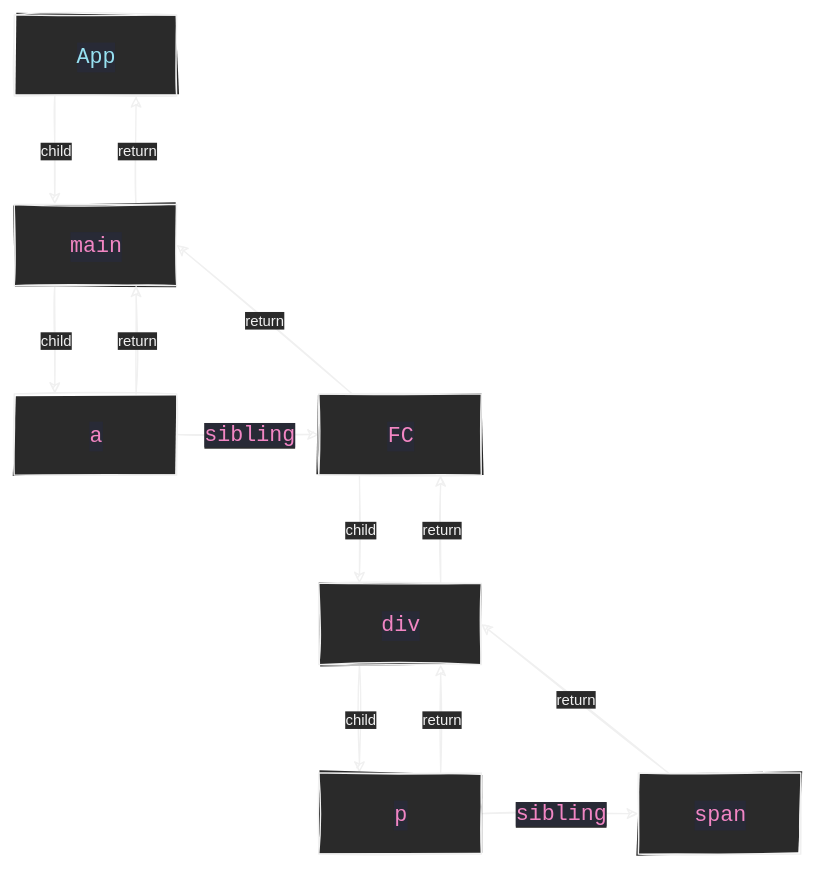
sunven/obsidian-vault keeps this draw.io diagram as react/fiber.svg. Above is the earlier version. Source tidied: cells renumbered, new cells last; positions are measured from the earlier drawing's top-left corner, leaving out a move shared by most shapes. Its diagram source:
```xml
<mxGraphModel>
  <root>
    <mxCell id="0" />
    <mxCell id="1" parent="0" />
    <mxCell id="2" value="child" style="edgeStyle=none;html=1;entryX=0.25;entryY=0;entryDx=0;entryDy=0;exitX=0.25;exitY=1;exitDx=0;exitDy=0;" parent="1" edge="1" source="3" target="6">
      <mxGeometry relative="1" as="geometry" />
    </mxCell>
    <mxCell id="3" value="&lt;div style=&quot;color: rgb(246 , 246 , 244) ; background-color: rgb(40 , 42 , 54) ; font-family: &amp;#34;meslolgs nf&amp;#34; , &amp;#34;consolas&amp;#34; , monospace , &amp;#34;consolas&amp;#34; , &amp;#34;courier new&amp;#34; , monospace ; font-size: 16px ; line-height: 22px&quot;&gt;&lt;span style=&quot;color: #97e1f1&quot;&gt;App&lt;/span&gt;&lt;/div&gt;" style="rounded=0;whiteSpace=wrap;html=1;" parent="1" vertex="1">
      <mxGeometry width="120" height="60" as="geometry" />
    </mxCell>
    <mxCell id="4" value="return" style="edgeStyle=none;html=1;exitX=0.75;exitY=0;exitDx=0;exitDy=0;entryX=0.75;entryY=1;entryDx=0;entryDy=0;" parent="1" edge="1" source="6" target="3">
      <mxGeometry relative="1" as="geometry" />
    </mxCell>
    <mxCell id="5" value="child" style="edgeStyle=none;html=1;exitX=0.25;exitY=1;exitDx=0;exitDy=0;entryX=0.25;entryY=0;entryDx=0;entryDy=0;" parent="1" edge="1" source="6" target="9">
      <mxGeometry relative="1" as="geometry" />
    </mxCell>
    <mxCell id="6" value="&lt;div style=&quot;color: rgb(246 , 246 , 244) ; background-color: rgb(40 , 42 , 54) ; font-family: &amp;#34;meslolgs nf&amp;#34; , &amp;#34;consolas&amp;#34; , monospace , &amp;#34;consolas&amp;#34; , &amp;#34;courier new&amp;#34; , monospace ; font-size: 16px ; line-height: 22px&quot;&gt;&lt;div style=&quot;font-family: &amp;#34;meslolgs nf&amp;#34; , &amp;#34;consolas&amp;#34; , monospace , &amp;#34;consolas&amp;#34; , &amp;#34;courier new&amp;#34; , monospace ; line-height: 22px&quot;&gt;&lt;span style=&quot;color: #f286c4&quot;&gt;main&lt;/span&gt;&lt;/div&gt;&lt;/div&gt;" style="rounded=0;whiteSpace=wrap;html=1;" parent="1" vertex="1">
      <mxGeometry y="140" width="120" height="60" as="geometry" />
    </mxCell>
    <mxCell id="7" value="return" style="edgeStyle=none;html=1;exitX=0.75;exitY=0;exitDx=0;exitDy=0;entryX=0.75;entryY=1;entryDx=0;entryDy=0;" parent="1" edge="1" source="9" target="6">
      <mxGeometry relative="1" as="geometry" />
    </mxCell>
    <mxCell id="8" value="&lt;span style=&quot;color: rgb(242 , 134 , 196) ; font-family: &amp;#34;meslolgs nf&amp;#34; , &amp;#34;consolas&amp;#34; , monospace , &amp;#34;consolas&amp;#34; , &amp;#34;courier new&amp;#34; , monospace ; font-size: 16px ; background-color: rgb(40 , 42 , 54)&quot;&gt;sibling&lt;/span&gt;" style="edgeStyle=none;html=1;" parent="1" edge="1" source="9" target="12">
      <mxGeometry relative="1" as="geometry" />
    </mxCell>
    <mxCell id="9" value="&lt;div style=&quot;color: rgb(246 , 246 , 244) ; background-color: rgb(40 , 42 , 54) ; font-family: &amp;#34;meslolgs nf&amp;#34; , &amp;#34;consolas&amp;#34; , monospace , &amp;#34;consolas&amp;#34; , &amp;#34;courier new&amp;#34; , monospace ; font-size: 16px ; line-height: 22px&quot;&gt;&lt;div style=&quot;font-family: &amp;#34;meslolgs nf&amp;#34; , &amp;#34;consolas&amp;#34; , monospace , &amp;#34;consolas&amp;#34; , &amp;#34;courier new&amp;#34; , monospace ; line-height: 22px&quot;&gt;&lt;span style=&quot;color: #f286c4&quot;&gt;a&lt;/span&gt;&lt;/div&gt;&lt;/div&gt;" style="rounded=0;whiteSpace=wrap;html=1;" parent="1" vertex="1">
      <mxGeometry y="280" width="120" height="60" as="geometry" />
    </mxCell>
    <mxCell id="10" value="return" style="edgeStyle=none;html=1;entryX=1;entryY=0.5;entryDx=0;entryDy=0;" parent="1" edge="1" source="12" target="6">
      <mxGeometry relative="1" as="geometry" />
    </mxCell>
    <mxCell id="11" value="child" style="edgeStyle=none;html=1;exitX=0.25;exitY=1;exitDx=0;exitDy=0;entryX=0.25;entryY=0;entryDx=0;entryDy=0;" parent="1" edge="1" source="12" target="15">
      <mxGeometry relative="1" as="geometry" />
    </mxCell>
    <mxCell id="12" value="&lt;div style=&quot;color: rgb(246 , 246 , 244) ; background-color: rgb(40 , 42 , 54) ; font-family: &amp;#34;meslolgs nf&amp;#34; , &amp;#34;consolas&amp;#34; , monospace , &amp;#34;consolas&amp;#34; , &amp;#34;courier new&amp;#34; , monospace ; font-size: 16px ; line-height: 22px&quot;&gt;&lt;div style=&quot;font-family: &amp;#34;meslolgs nf&amp;#34; , &amp;#34;consolas&amp;#34; , monospace , &amp;#34;consolas&amp;#34; , &amp;#34;courier new&amp;#34; , monospace ; line-height: 22px&quot;&gt;&lt;span style=&quot;color: #f286c4&quot;&gt;FC&lt;/span&gt;&lt;/div&gt;&lt;/div&gt;" style="rounded=0;whiteSpace=wrap;html=1;" parent="1" vertex="1">
      <mxGeometry x="225" y="280" width="120" height="60" as="geometry" />
    </mxCell>
    <mxCell id="13" value="return" style="edgeStyle=none;html=1;exitX=0.75;exitY=0;exitDx=0;exitDy=0;entryX=0.75;entryY=1;entryDx=0;entryDy=0;" parent="1" edge="1" source="15" target="12">
      <mxGeometry relative="1" as="geometry" />
    </mxCell>
    <mxCell id="14" value="child" style="edgeStyle=none;html=1;exitX=0.25;exitY=1;exitDx=0;exitDy=0;entryX=0.25;entryY=0;entryDx=0;entryDy=0;" parent="1" edge="1" source="15" target="18">
      <mxGeometry relative="1" as="geometry" />
    </mxCell>
    <mxCell id="15" value="&lt;div style=&quot;color: rgb(246 , 246 , 244) ; background-color: rgb(40 , 42 , 54) ; font-family: &amp;#34;meslolgs nf&amp;#34; , &amp;#34;consolas&amp;#34; , monospace , &amp;#34;consolas&amp;#34; , &amp;#34;courier new&amp;#34; , monospace ; font-size: 16px ; line-height: 22px&quot;&gt;&lt;div style=&quot;font-family: &amp;#34;meslolgs nf&amp;#34; , &amp;#34;consolas&amp;#34; , monospace , &amp;#34;consolas&amp;#34; , &amp;#34;courier new&amp;#34; , monospace ; line-height: 22px&quot;&gt;&lt;span style=&quot;color: #f286c4&quot;&gt;div&lt;/span&gt;&lt;/div&gt;&lt;/div&gt;" style="rounded=0;whiteSpace=wrap;html=1;" parent="1" vertex="1">
      <mxGeometry x="225" y="420" width="120" height="60" as="geometry" />
    </mxCell>
    <mxCell id="16" value="return" style="edgeStyle=none;html=1;exitX=0.75;exitY=0;exitDx=0;exitDy=0;entryX=0.75;entryY=1;entryDx=0;entryDy=0;" parent="1" edge="1" source="18" target="15">
      <mxGeometry relative="1" as="geometry" />
    </mxCell>
    <mxCell id="17" value="&lt;span style=&quot;color: rgb(242 , 134 , 196) ; font-family: &amp;#34;meslolgs nf&amp;#34; , &amp;#34;consolas&amp;#34; , monospace , &amp;#34;consolas&amp;#34; , &amp;#34;courier new&amp;#34; , monospace ; font-size: 16px ; background-color: rgb(40 , 42 , 54)&quot;&gt;sibling&lt;/span&gt;" style="edgeStyle=none;html=1;" parent="1" edge="1" source="18" target="20">
      <mxGeometry relative="1" as="geometry" />
    </mxCell>
    <mxCell id="18" value="&lt;div style=&quot;color: rgb(246 , 246 , 244) ; background-color: rgb(40 , 42 , 54) ; font-family: &amp;#34;meslolgs nf&amp;#34; , &amp;#34;consolas&amp;#34; , monospace , &amp;#34;consolas&amp;#34; , &amp;#34;courier new&amp;#34; , monospace ; font-size: 16px ; line-height: 22px&quot;&gt;&lt;div style=&quot;font-family: &amp;#34;meslolgs nf&amp;#34; , &amp;#34;consolas&amp;#34; , monospace , &amp;#34;consolas&amp;#34; , &amp;#34;courier new&amp;#34; , monospace ; line-height: 22px&quot;&gt;&lt;span style=&quot;color: #f286c4&quot;&gt;p&lt;/span&gt;&lt;/div&gt;&lt;/div&gt;" style="rounded=0;whiteSpace=wrap;html=1;" parent="1" vertex="1">
      <mxGeometry x="225" y="560" width="120" height="60" as="geometry" />
    </mxCell>
    <mxCell id="19" value="return" style="edgeStyle=none;html=1;entryX=1;entryY=0.5;entryDx=0;entryDy=0;" parent="1" edge="1" source="20" target="15">
      <mxGeometry relative="1" as="geometry" />
    </mxCell>
    <mxCell id="20" value="&lt;div style=&quot;color: rgb(246 , 246 , 244) ; background-color: rgb(40 , 42 , 54) ; font-family: &amp;#34;meslolgs nf&amp;#34; , &amp;#34;consolas&amp;#34; , monospace , &amp;#34;consolas&amp;#34; , &amp;#34;courier new&amp;#34; , monospace ; font-size: 16px ; line-height: 22px&quot;&gt;&lt;div style=&quot;font-family: &amp;#34;meslolgs nf&amp;#34; , &amp;#34;consolas&amp;#34; , monospace , &amp;#34;consolas&amp;#34; , &amp;#34;courier new&amp;#34; , monospace ; line-height: 22px&quot;&gt;&lt;span style=&quot;color: #f286c4&quot;&gt;span&lt;/span&gt;&lt;/div&gt;&lt;/div&gt;" style="rounded=0;whiteSpace=wrap;html=1;" parent="1" vertex="1">
      <mxGeometry x="461" y="560" width="120" height="60" as="geometry" />
    </mxCell>
  </root>
</mxGraphModel>
```
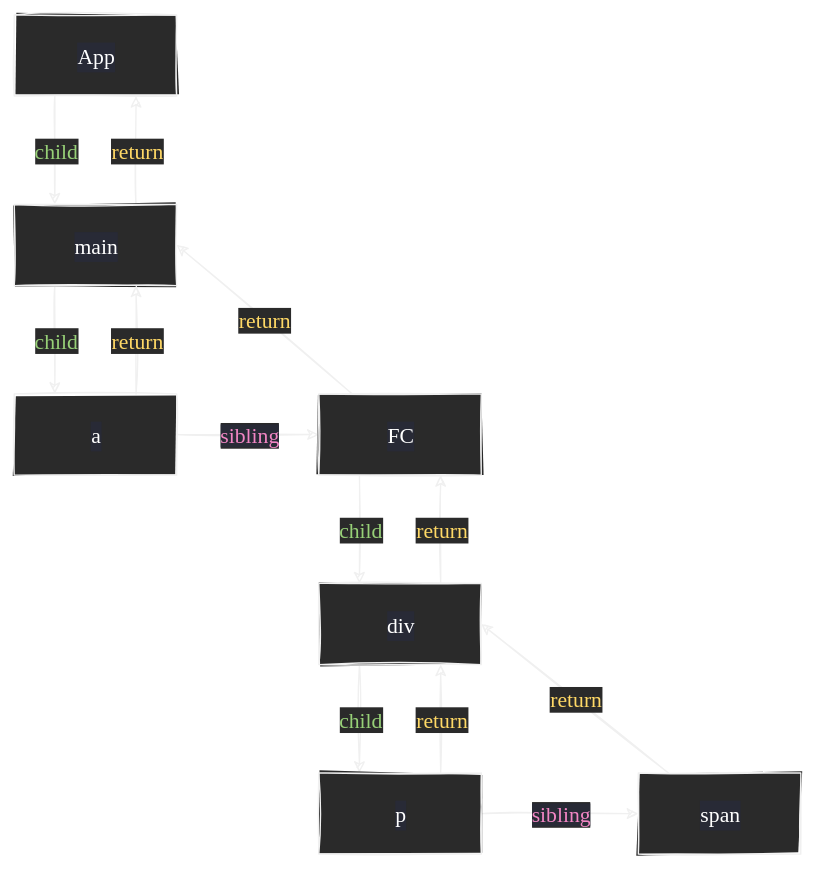
The same file after the commit.

The edit, as a diff of the source:
```diff
@@ -2,61 +2,61 @@
   <root>
     <mxCell id="0" />
     <mxCell id="1" parent="0" />
-    <mxCell id="2" value="child" style="edgeStyle=none;html=1;entryX=0.25;entryY=0;entryDx=0;entryDy=0;exitX=0.25;exitY=1;exitDx=0;exitDy=0;" parent="1" edge="1" source="3" target="6">
+    <mxCell id="2" value="child" style="edgeStyle=none;html=1;entryX=0.25;entryY=0;entryDx=0;entryDy=0;exitX=0.25;exitY=1;exitDx=0;exitDy=0;fontFamily=Comic Sans MS;fontSize=16;fontColor=#97D077;" parent="1" edge="1" source="3" target="6">
       <mxGeometry relative="1" as="geometry" />
     </mxCell>
-    <mxCell id="3" value="&lt;div style=&quot;color: rgb(246 , 246 , 244) ; background-color: rgb(40 , 42 , 54) ; font-family: &amp;#34;meslolgs nf&amp;#34; , &amp;#34;consolas&amp;#34; , monospace , &amp;#34;consolas&amp;#34; , &amp;#34;courier new&amp;#34; , monospace ; font-size: 16px ; line-height: 22px&quot;&gt;&lt;span style=&quot;color: #97e1f1&quot;&gt;App&lt;/span&gt;&lt;/div&gt;" style="rounded=0;whiteSpace=wrap;html=1;" parent="1" vertex="1">
+    <mxCell id="3" value="&lt;div style=&quot;background-color: rgb(40, 42, 54); font-size: 16px; line-height: 22px;&quot;&gt;&lt;span style=&quot;font-size: 16px;&quot;&gt;App&lt;/span&gt;&lt;/div&gt;" style="rounded=0;whiteSpace=wrap;html=1;fontSize=16;fontFamily=Comic Sans MS;fontColor=#FFFFFF;" parent="1" vertex="1">
       <mxGeometry width="120" height="60" as="geometry" />
     </mxCell>
-    <mxCell id="4" value="return" style="edgeStyle=none;html=1;exitX=0.75;exitY=0;exitDx=0;exitDy=0;entryX=0.75;entryY=1;entryDx=0;entryDy=0;" parent="1" edge="1" source="6" target="3">
+    <mxCell id="4" value="return" style="edgeStyle=none;html=1;exitX=0.75;exitY=0;exitDx=0;exitDy=0;entryX=0.75;entryY=1;entryDx=0;entryDy=0;fontSize=16;fontFamily=Comic Sans MS;fontColor=#FFD966;" parent="1" edge="1" source="6" target="3">
       <mxGeometry relative="1" as="geometry" />
     </mxCell>
-    <mxCell id="5" value="child" style="edgeStyle=none;html=1;exitX=0.25;exitY=1;exitDx=0;exitDy=0;entryX=0.25;entryY=0;entryDx=0;entryDy=0;" parent="1" edge="1" source="6" target="9">
+    <mxCell id="5" value="child" style="edgeStyle=none;html=1;exitX=0.25;exitY=1;exitDx=0;exitDy=0;entryX=0.25;entryY=0;entryDx=0;entryDy=0;fontSize=16;fontFamily=Comic Sans MS;fontColor=#97D077;" parent="1" edge="1" source="6" target="9">
       <mxGeometry relative="1" as="geometry" />
     </mxCell>
-    <mxCell id="6" value="&lt;div style=&quot;color: rgb(246 , 246 , 244) ; background-color: rgb(40 , 42 , 54) ; font-family: &amp;#34;meslolgs nf&amp;#34; , &amp;#34;consolas&amp;#34; , monospace , &amp;#34;consolas&amp;#34; , &amp;#34;courier new&amp;#34; , monospace ; font-size: 16px ; line-height: 22px&quot;&gt;&lt;div style=&quot;font-family: &amp;#34;meslolgs nf&amp;#34; , &amp;#34;consolas&amp;#34; , monospace , &amp;#34;consolas&amp;#34; , &amp;#34;courier new&amp;#34; , monospace ; line-height: 22px&quot;&gt;&lt;span style=&quot;color: #f286c4&quot;&gt;main&lt;/span&gt;&lt;/div&gt;&lt;/div&gt;" style="rounded=0;whiteSpace=wrap;html=1;" parent="1" vertex="1">
+    <mxCell id="6" value="&lt;div style=&quot;background-color: rgb(40, 42, 54); font-size: 16px; line-height: 22px;&quot;&gt;&lt;div style=&quot;line-height: 22px; font-size: 16px;&quot;&gt;&lt;span style=&quot;font-size: 16px;&quot;&gt;main&lt;/span&gt;&lt;/div&gt;&lt;/div&gt;" style="rounded=0;whiteSpace=wrap;html=1;fontSize=16;fontFamily=Comic Sans MS;fontColor=#FFFFFF;" parent="1" vertex="1">
       <mxGeometry y="140" width="120" height="60" as="geometry" />
     </mxCell>
-    <mxCell id="7" value="return" style="edgeStyle=none;html=1;exitX=0.75;exitY=0;exitDx=0;exitDy=0;entryX=0.75;entryY=1;entryDx=0;entryDy=0;" parent="1" edge="1" source="9" target="6">
+    <mxCell id="7" value="return" style="edgeStyle=none;html=1;exitX=0.75;exitY=0;exitDx=0;exitDy=0;entryX=0.75;entryY=1;entryDx=0;entryDy=0;fontSize=16;fontFamily=Comic Sans MS;fontColor=#FFD966;" parent="1" edge="1" source="9" target="6">
       <mxGeometry relative="1" as="geometry" />
     </mxCell>
-    <mxCell id="8" value="&lt;span style=&quot;color: rgb(242 , 134 , 196) ; font-family: &amp;#34;meslolgs nf&amp;#34; , &amp;#34;consolas&amp;#34; , monospace , &amp;#34;consolas&amp;#34; , &amp;#34;courier new&amp;#34; , monospace ; font-size: 16px ; background-color: rgb(40 , 42 , 54)&quot;&gt;sibling&lt;/span&gt;" style="edgeStyle=none;html=1;" parent="1" edge="1" source="9" target="12">
+    <mxCell id="8" value="&lt;span style=&quot;color: rgb(242, 134, 196); font-size: 16px; background-color: rgb(40, 42, 54);&quot;&gt;sibling&lt;/span&gt;" style="edgeStyle=none;html=1;fontSize=16;fontFamily=Comic Sans MS;" parent="1" edge="1" source="9" target="12">
       <mxGeometry relative="1" as="geometry" />
     </mxCell>
-    <mxCell id="9" value="&lt;div style=&quot;color: rgb(246 , 246 , 244) ; background-color: rgb(40 , 42 , 54) ; font-family: &amp;#34;meslolgs nf&amp;#34; , &amp;#34;consolas&amp;#34; , monospace , &amp;#34;consolas&amp;#34; , &amp;#34;courier new&amp;#34; , monospace ; font-size: 16px ; line-height: 22px&quot;&gt;&lt;div style=&quot;font-family: &amp;#34;meslolgs nf&amp;#34; , &amp;#34;consolas&amp;#34; , monospace , &amp;#34;consolas&amp;#34; , &amp;#34;courier new&amp;#34; , monospace ; line-height: 22px&quot;&gt;&lt;span style=&quot;color: #f286c4&quot;&gt;a&lt;/span&gt;&lt;/div&gt;&lt;/div&gt;" style="rounded=0;whiteSpace=wrap;html=1;" parent="1" vertex="1">
+    <mxCell id="9" value="&lt;div style=&quot;background-color: rgb(40, 42, 54); font-size: 16px; line-height: 22px;&quot;&gt;&lt;div style=&quot;line-height: 22px; font-size: 16px;&quot;&gt;&lt;span style=&quot;font-size: 16px;&quot;&gt;a&lt;/span&gt;&lt;/div&gt;&lt;/div&gt;" style="rounded=0;whiteSpace=wrap;html=1;fontSize=16;fontFamily=Comic Sans MS;fontColor=#FFFFFF;" parent="1" vertex="1">
       <mxGeometry y="280" width="120" height="60" as="geometry" />
     </mxCell>
-    <mxCell id="10" value="return" style="edgeStyle=none;html=1;entryX=1;entryY=0.5;entryDx=0;entryDy=0;" parent="1" edge="1" source="12" target="6">
+    <mxCell id="10" value="return" style="edgeStyle=none;html=1;entryX=1;entryY=0.5;entryDx=0;entryDy=0;fontSize=16;fontFamily=Comic Sans MS;fontColor=#FFD966;" parent="1" edge="1" source="12" target="6">
       <mxGeometry relative="1" as="geometry" />
     </mxCell>
-    <mxCell id="11" value="child" style="edgeStyle=none;html=1;exitX=0.25;exitY=1;exitDx=0;exitDy=0;entryX=0.25;entryY=0;entryDx=0;entryDy=0;" parent="1" edge="1" source="12" target="15">
+    <mxCell id="11" value="child" style="edgeStyle=none;html=1;exitX=0.25;exitY=1;exitDx=0;exitDy=0;entryX=0.25;entryY=0;entryDx=0;entryDy=0;fontSize=16;fontFamily=Comic Sans MS;fontColor=#97D077;" parent="1" edge="1" source="12" target="15">
       <mxGeometry relative="1" as="geometry" />
     </mxCell>
-    <mxCell id="12" value="&lt;div style=&quot;color: rgb(246 , 246 , 244) ; background-color: rgb(40 , 42 , 54) ; font-family: &amp;#34;meslolgs nf&amp;#34; , &amp;#34;consolas&amp;#34; , monospace , &amp;#34;consolas&amp;#34; , &amp;#34;courier new&amp;#34; , monospace ; font-size: 16px ; line-height: 22px&quot;&gt;&lt;div style=&quot;font-family: &amp;#34;meslolgs nf&amp;#34; , &amp;#34;consolas&amp;#34; , monospace , &amp;#34;consolas&amp;#34; , &amp;#34;courier new&amp;#34; , monospace ; line-height: 22px&quot;&gt;&lt;span style=&quot;color: #f286c4&quot;&gt;FC&lt;/span&gt;&lt;/div&gt;&lt;/div&gt;" style="rounded=0;whiteSpace=wrap;html=1;" parent="1" vertex="1">
+    <mxCell id="12" value="&lt;div style=&quot;background-color: rgb(40, 42, 54); font-size: 16px; line-height: 22px;&quot;&gt;&lt;div style=&quot;line-height: 22px; font-size: 16px;&quot;&gt;&lt;span style=&quot;font-size: 16px;&quot;&gt;FC&lt;/span&gt;&lt;/div&gt;&lt;/div&gt;" style="rounded=0;whiteSpace=wrap;html=1;fontSize=16;fontFamily=Comic Sans MS;fontColor=#FFFFFF;" parent="1" vertex="1">
       <mxGeometry x="225" y="280" width="120" height="60" as="geometry" />
     </mxCell>
-    <mxCell id="13" value="return" style="edgeStyle=none;html=1;exitX=0.75;exitY=0;exitDx=0;exitDy=0;entryX=0.75;entryY=1;entryDx=0;entryDy=0;" parent="1" edge="1" source="15" target="12">
+    <mxCell id="13" value="return" style="edgeStyle=none;html=1;exitX=0.75;exitY=0;exitDx=0;exitDy=0;entryX=0.75;entryY=1;entryDx=0;entryDy=0;fontSize=16;fontFamily=Comic Sans MS;fontColor=#FFD966;" parent="1" edge="1" source="15" target="12">
       <mxGeometry relative="1" as="geometry" />
     </mxCell>
-    <mxCell id="14" value="child" style="edgeStyle=none;html=1;exitX=0.25;exitY=1;exitDx=0;exitDy=0;entryX=0.25;entryY=0;entryDx=0;entryDy=0;" parent="1" edge="1" source="15" target="18">
+    <mxCell id="14" value="child" style="edgeStyle=none;html=1;exitX=0.25;exitY=1;exitDx=0;exitDy=0;entryX=0.25;entryY=0;entryDx=0;entryDy=0;fontSize=16;fontFamily=Comic Sans MS;fontColor=#97D077;" parent="1" edge="1" source="15" target="18">
       <mxGeometry relative="1" as="geometry" />
     </mxCell>
-    <mxCell id="15" value="&lt;div style=&quot;color: rgb(246 , 246 , 244) ; background-color: rgb(40 , 42 , 54) ; font-family: &amp;#34;meslolgs nf&amp;#34; , &amp;#34;consolas&amp;#34; , monospace , &amp;#34;consolas&amp;#34; , &amp;#34;courier new&amp;#34; , monospace ; font-size: 16px ; line-height: 22px&quot;&gt;&lt;div style=&quot;font-family: &amp;#34;meslolgs nf&amp;#34; , &amp;#34;consolas&amp;#34; , monospace , &amp;#34;consolas&amp;#34; , &amp;#34;courier new&amp;#34; , monospace ; line-height: 22px&quot;&gt;&lt;span style=&quot;color: #f286c4&quot;&gt;div&lt;/span&gt;&lt;/div&gt;&lt;/div&gt;" style="rounded=0;whiteSpace=wrap;html=1;" parent="1" vertex="1">
+    <mxCell id="15" value="&lt;div style=&quot;background-color: rgb(40, 42, 54); font-size: 16px; line-height: 22px;&quot;&gt;&lt;div style=&quot;line-height: 22px; font-size: 16px;&quot;&gt;&lt;span style=&quot;font-size: 16px;&quot;&gt;div&lt;/span&gt;&lt;/div&gt;&lt;/div&gt;" style="rounded=0;whiteSpace=wrap;html=1;fontSize=16;fontFamily=Comic Sans MS;fontColor=#FFFFFF;" parent="1" vertex="1">
       <mxGeometry x="225" y="420" width="120" height="60" as="geometry" />
     </mxCell>
-    <mxCell id="16" value="return" style="edgeStyle=none;html=1;exitX=0.75;exitY=0;exitDx=0;exitDy=0;entryX=0.75;entryY=1;entryDx=0;entryDy=0;" parent="1" edge="1" source="18" target="15">
+    <mxCell id="16" value="return" style="edgeStyle=none;html=1;exitX=0.75;exitY=0;exitDx=0;exitDy=0;entryX=0.75;entryY=1;entryDx=0;entryDy=0;fontSize=16;fontFamily=Comic Sans MS;fontColor=#FFD966;" parent="1" edge="1" source="18" target="15">
       <mxGeometry relative="1" as="geometry" />
     </mxCell>
-    <mxCell id="17" value="&lt;span style=&quot;color: rgb(242 , 134 , 196) ; font-family: &amp;#34;meslolgs nf&amp;#34; , &amp;#34;consolas&amp;#34; , monospace , &amp;#34;consolas&amp;#34; , &amp;#34;courier new&amp;#34; , monospace ; font-size: 16px ; background-color: rgb(40 , 42 , 54)&quot;&gt;sibling&lt;/span&gt;" style="edgeStyle=none;html=1;" parent="1" edge="1" source="18" target="20">
+    <mxCell id="17" value="&lt;span style=&quot;color: rgb(242, 134, 196); font-size: 16px; background-color: rgb(40, 42, 54);&quot;&gt;&lt;font style=&quot;font-size: 16px;&quot;&gt;sibling&lt;/font&gt;&lt;/span&gt;" style="edgeStyle=none;html=1;fontSize=16;fontFamily=Comic Sans MS;" parent="1" edge="1" source="18" target="20">
       <mxGeometry relative="1" as="geometry" />
     </mxCell>
-    <mxCell id="18" value="&lt;div style=&quot;color: rgb(246 , 246 , 244) ; background-color: rgb(40 , 42 , 54) ; font-family: &amp;#34;meslolgs nf&amp;#34; , &amp;#34;consolas&amp;#34; , monospace , &amp;#34;consolas&amp;#34; , &amp;#34;courier new&amp;#34; , monospace ; font-size: 16px ; line-height: 22px&quot;&gt;&lt;div style=&quot;font-family: &amp;#34;meslolgs nf&amp;#34; , &amp;#34;consolas&amp;#34; , monospace , &amp;#34;consolas&amp;#34; , &amp;#34;courier new&amp;#34; , monospace ; line-height: 22px&quot;&gt;&lt;span style=&quot;color: #f286c4&quot;&gt;p&lt;/span&gt;&lt;/div&gt;&lt;/div&gt;" style="rounded=0;whiteSpace=wrap;html=1;" parent="1" vertex="1">
+    <mxCell id="18" value="&lt;div style=&quot;background-color: rgb(40, 42, 54); font-size: 16px; line-height: 22px;&quot;&gt;&lt;div style=&quot;line-height: 22px; font-size: 16px;&quot;&gt;&lt;span style=&quot;font-size: 16px;&quot;&gt;p&lt;/span&gt;&lt;/div&gt;&lt;/div&gt;" style="rounded=0;whiteSpace=wrap;html=1;fontSize=16;fontFamily=Comic Sans MS;fontColor=#FFFFFF;" parent="1" vertex="1">
       <mxGeometry x="225" y="560" width="120" height="60" as="geometry" />
     </mxCell>
-    <mxCell id="19" value="return" style="edgeStyle=none;html=1;entryX=1;entryY=0.5;entryDx=0;entryDy=0;" parent="1" edge="1" source="20" target="15">
+    <mxCell id="19" value="return" style="edgeStyle=none;html=1;entryX=1;entryY=0.5;entryDx=0;entryDy=0;fontSize=16;fontFamily=Comic Sans MS;fontColor=#FFD966;" parent="1" edge="1" source="20" target="15">
       <mxGeometry relative="1" as="geometry" />
     </mxCell>
-    <mxCell id="20" value="&lt;div style=&quot;color: rgb(246 , 246 , 244) ; background-color: rgb(40 , 42 , 54) ; font-family: &amp;#34;meslolgs nf&amp;#34; , &amp;#34;consolas&amp;#34; , monospace , &amp;#34;consolas&amp;#34; , &amp;#34;courier new&amp;#34; , monospace ; font-size: 16px ; line-height: 22px&quot;&gt;&lt;div style=&quot;font-family: &amp;#34;meslolgs nf&amp;#34; , &amp;#34;consolas&amp;#34; , monospace , &amp;#34;consolas&amp;#34; , &amp;#34;courier new&amp;#34; , monospace ; line-height: 22px&quot;&gt;&lt;span style=&quot;color: #f286c4&quot;&gt;span&lt;/span&gt;&lt;/div&gt;&lt;/div&gt;" style="rounded=0;whiteSpace=wrap;html=1;" parent="1" vertex="1">
+    <mxCell id="20" value="&lt;div style=&quot;background-color: rgb(40, 42, 54); font-size: 16px; line-height: 22px;&quot;&gt;&lt;div style=&quot;line-height: 22px; font-size: 16px;&quot;&gt;&lt;span style=&quot;font-size: 16px;&quot;&gt;span&lt;/span&gt;&lt;/div&gt;&lt;/div&gt;" style="rounded=0;whiteSpace=wrap;html=1;fontSize=16;fontFamily=Comic Sans MS;fontColor=#FFFFFF;" parent="1" vertex="1">
       <mxGeometry x="461" y="560" width="120" height="60" as="geometry" />
     </mxCell>
   </root>
```
